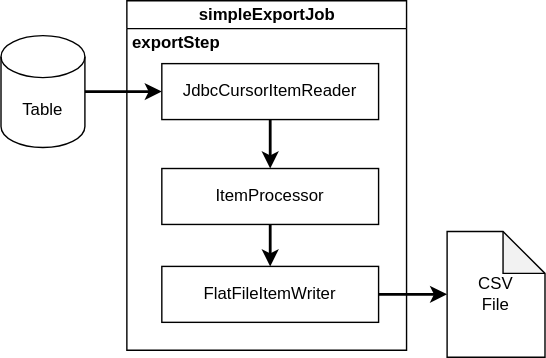
desprez/springbatch-patterns keeps this draw.io diagram as images/simpleExtractJob.svg. Above is the earlier version. Source tidied: cells renumbered, new cells last; positions are measured from the earlier drawing's top-left corner, leaving out a move shared by most shapes. Its diagram source:
```xml
<mxGraphModel>
  <root>
    <mxCell id="0" />
    <mxCell id="1" parent="0" />
    <mxCell id="2" style="edgeStyle=orthogonalEdgeStyle;rounded=0;jettySize=auto;html=1;entryX=0;entryY=0.5;entryDx=0;entryDy=0;startArrow=none;startFill=0;endArrow=classic;endFill=1;strokeWidth=2;" parent="1" edge="1" source="3" target="7">
      <mxGeometry relative="1" as="geometry" />
    </mxCell>
    <mxCell id="3" value="Table" style="shape=cylinder3;whiteSpace=wrap;html=1;boundedLbl=1;backgroundOutline=1;size=15;" parent="1" vertex="1">
      <mxGeometry y="25" width="60" height="80" as="geometry" />
    </mxCell>
    <mxCell id="4" value="&lt;div&gt;CSV&lt;/div&gt;&lt;div&gt;File&lt;/div&gt;" style="shape=note;whiteSpace=wrap;html=1;backgroundOutline=1;darkOpacity=0.05;" parent="1" vertex="1">
      <mxGeometry x="319" y="165" width="70" height="90" as="geometry" />
    </mxCell>
    <mxCell id="5" value="simpleExportJob" style="swimlane;html=1;startSize=20;horizontal=1;containerType=tree;labelPosition=center;verticalLabelPosition=middle;align=center;verticalAlign=middle;" parent="1" vertex="1">
      <mxGeometry x="90" width="200" height="250" as="geometry" />
    </mxCell>
    <mxCell id="6" style="edgeStyle=elbowEdgeStyle;elbow=vertical;startArrow=none;endArrow=classic;rounded=0;strokeWidth=2;endFill=1;" parent="5" edge="1" source="7" target="10">
      <mxGeometry relative="1" as="geometry" />
    </mxCell>
    <mxCell id="7" value="JdbcCursorItemReader" style="whiteSpace=wrap;html=1;newEdgeStyle={&quot;edgeStyle&quot;:&quot;elbowEdgeStyle&quot;,&quot;startArrow&quot;:&quot;none&quot;,&quot;endArrow&quot;:&quot;none&quot;};" parent="5" vertex="1">
      <mxGeometry x="25" y="45" width="155" height="40" as="geometry" />
    </mxCell>
    <mxCell id="8" value="FlatFileItemWriter" style="whiteSpace=wrap;html=1;newEdgeStyle={&quot;edgeStyle&quot;:&quot;elbowEdgeStyle&quot;,&quot;startArrow&quot;:&quot;none&quot;,&quot;endArrow&quot;:&quot;none&quot;};" parent="5" vertex="1">
      <mxGeometry x="25" y="190" width="155" height="40" as="geometry" />
    </mxCell>
    <mxCell id="9" style="edgeStyle=elbowEdgeStyle;elbow=vertical;startArrow=none;endArrow=classic;rounded=0;strokeWidth=2;endFill=1;" parent="5" edge="1" source="10" target="8">
      <mxGeometry relative="1" as="geometry" />
    </mxCell>
    <mxCell id="10" value="ItemProcessor" style="whiteSpace=wrap;html=1;newEdgeStyle={&quot;edgeStyle&quot;:&quot;elbowEdgeStyle&quot;,&quot;startArrow&quot;:&quot;none&quot;,&quot;endArrow&quot;:&quot;none&quot;};" parent="5" vertex="1">
      <mxGeometry x="25" y="120" width="155" height="40" as="geometry" />
    </mxCell>
    <mxCell id="11" value="exportStep" style="text;html=1;align=center;verticalAlign=middle;fontStyle=1;" parent="5" vertex="1">
      <mxGeometry x="-5" y="20" width="80" height="20" as="geometry" />
    </mxCell>
    <mxCell id="12" style="edgeStyle=orthogonalEdgeStyle;rounded=0;jettySize=auto;html=1;startArrow=none;startFill=0;endArrow=classic;endFill=1;strokeWidth=2;entryX=0;entryY=0.5;entryDx=0;entryDy=0;entryPerimeter=0;" parent="1" edge="1" source="8" target="4">
      <mxGeometry relative="1" as="geometry" />
    </mxCell>
  </root>
</mxGraphModel>
```
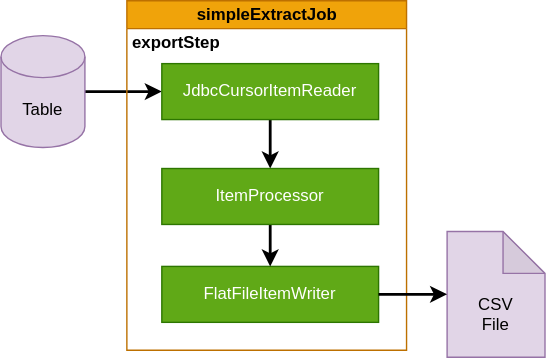
The same diagram one commit later.

Diff of the diagram source:
```diff
@@ -5,28 +5,28 @@
     <mxCell id="2" style="edgeStyle=orthogonalEdgeStyle;rounded=0;jettySize=auto;html=1;entryX=0;entryY=0.5;entryDx=0;entryDy=0;startArrow=none;startFill=0;endArrow=classic;endFill=1;strokeWidth=2;" parent="1" edge="1" source="3" target="7">
       <mxGeometry relative="1" as="geometry" />
     </mxCell>
-    <mxCell id="3" value="Table" style="shape=cylinder3;whiteSpace=wrap;html=1;boundedLbl=1;backgroundOutline=1;size=15;" parent="1" vertex="1">
+    <mxCell id="3" value="Table" style="shape=cylinder3;whiteSpace=wrap;html=1;boundedLbl=1;backgroundOutline=1;size=15;fillColor=#e1d5e7;strokeColor=#9673a6;" parent="1" vertex="1">
       <mxGeometry y="25" width="60" height="80" as="geometry" />
     </mxCell>
-    <mxCell id="4" value="&lt;div&gt;CSV&lt;/div&gt;&lt;div&gt;File&lt;/div&gt;" style="shape=note;whiteSpace=wrap;html=1;backgroundOutline=1;darkOpacity=0.05;" parent="1" vertex="1">
+    <mxCell id="4" value="&lt;div&gt;&lt;br&gt;&lt;/div&gt;&lt;div&gt;&lt;br&gt;&lt;/div&gt;&lt;div&gt;CSV&lt;/div&gt;&lt;div&gt;File&lt;/div&gt;" style="shape=note;whiteSpace=wrap;html=1;backgroundOutline=1;darkOpacity=0.05;fillColor=#e1d5e7;strokeColor=#9673a6;" parent="1" vertex="1">
       <mxGeometry x="319" y="165" width="70" height="90" as="geometry" />
     </mxCell>
-    <mxCell id="5" value="simpleExportJob" style="swimlane;html=1;startSize=20;horizontal=1;containerType=tree;labelPosition=center;verticalLabelPosition=middle;align=center;verticalAlign=middle;" parent="1" vertex="1">
+    <mxCell id="5" value="simpleExtractJob" style="swimlane;html=1;startSize=20;horizontal=1;containerType=tree;labelPosition=center;verticalLabelPosition=middle;align=center;verticalAlign=middle;fillColor=#f0a30a;strokeColor=#BD7000;fontColor=#000000;" parent="1" vertex="1">
       <mxGeometry x="90" width="200" height="250" as="geometry" />
     </mxCell>
     <mxCell id="6" style="edgeStyle=elbowEdgeStyle;elbow=vertical;startArrow=none;endArrow=classic;rounded=0;strokeWidth=2;endFill=1;" parent="5" edge="1" source="7" target="10">
       <mxGeometry relative="1" as="geometry" />
     </mxCell>
-    <mxCell id="7" value="JdbcCursorItemReader" style="whiteSpace=wrap;html=1;newEdgeStyle={&quot;edgeStyle&quot;:&quot;elbowEdgeStyle&quot;,&quot;startArrow&quot;:&quot;none&quot;,&quot;endArrow&quot;:&quot;none&quot;};" parent="5" vertex="1">
+    <mxCell id="7" value="JdbcCursorItemReader" style="whiteSpace=wrap;html=1;newEdgeStyle={&quot;edgeStyle&quot;:&quot;elbowEdgeStyle&quot;,&quot;startArrow&quot;:&quot;none&quot;,&quot;endArrow&quot;:&quot;none&quot;};fillColor=#60a917;strokeColor=#2D7600;fontColor=#ffffff;" parent="5" vertex="1">
       <mxGeometry x="25" y="45" width="155" height="40" as="geometry" />
     </mxCell>
-    <mxCell id="8" value="FlatFileItemWriter" style="whiteSpace=wrap;html=1;newEdgeStyle={&quot;edgeStyle&quot;:&quot;elbowEdgeStyle&quot;,&quot;startArrow&quot;:&quot;none&quot;,&quot;endArrow&quot;:&quot;none&quot;};" parent="5" vertex="1">
+    <mxCell id="8" value="FlatFileItemWriter" style="whiteSpace=wrap;html=1;newEdgeStyle={&quot;edgeStyle&quot;:&quot;elbowEdgeStyle&quot;,&quot;startArrow&quot;:&quot;none&quot;,&quot;endArrow&quot;:&quot;none&quot;};fillColor=#60a917;strokeColor=#2D7600;fontColor=#ffffff;" parent="5" vertex="1">
       <mxGeometry x="25" y="190" width="155" height="40" as="geometry" />
     </mxCell>
     <mxCell id="9" style="edgeStyle=elbowEdgeStyle;elbow=vertical;startArrow=none;endArrow=classic;rounded=0;strokeWidth=2;endFill=1;" parent="5" edge="1" source="10" target="8">
       <mxGeometry relative="1" as="geometry" />
     </mxCell>
-    <mxCell id="10" value="ItemProcessor" style="whiteSpace=wrap;html=1;newEdgeStyle={&quot;edgeStyle&quot;:&quot;elbowEdgeStyle&quot;,&quot;startArrow&quot;:&quot;none&quot;,&quot;endArrow&quot;:&quot;none&quot;};" parent="5" vertex="1">
+    <mxCell id="10" value="ItemProcessor" style="whiteSpace=wrap;html=1;newEdgeStyle={&quot;edgeStyle&quot;:&quot;elbowEdgeStyle&quot;,&quot;startArrow&quot;:&quot;none&quot;,&quot;endArrow&quot;:&quot;none&quot;};fillColor=#60a917;strokeColor=#2D7600;fontColor=#ffffff;" parent="5" vertex="1">
       <mxGeometry x="25" y="120" width="155" height="40" as="geometry" />
     </mxCell>
     <mxCell id="11" value="exportStep" style="text;html=1;align=center;verticalAlign=middle;fontStyle=1;" parent="5" vertex="1">
```
